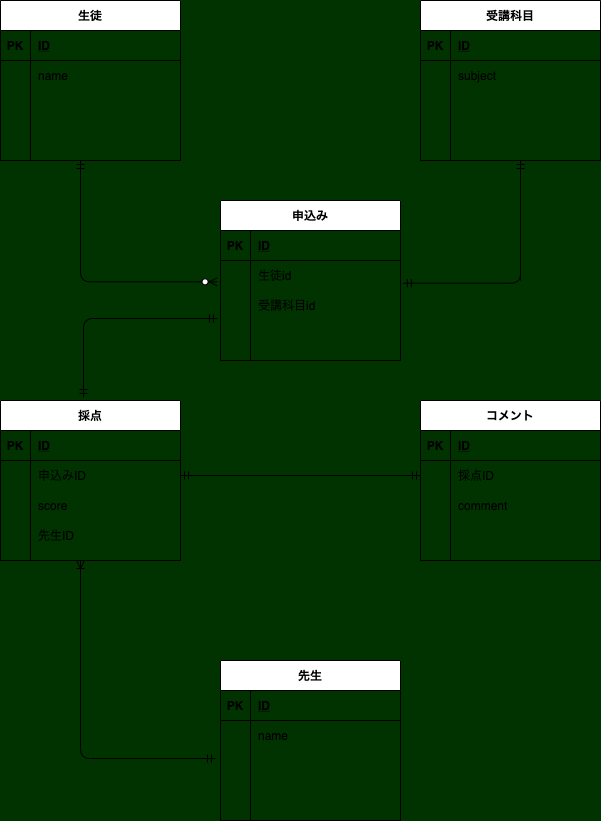
The draw.io diagram db.drawio.png in erusi-k/dbtest, before a commit. Source tidied: cells renumbered, new cells last; positions are measured from the earlier drawing's top-left corner, leaving out a move shared by most shapes.
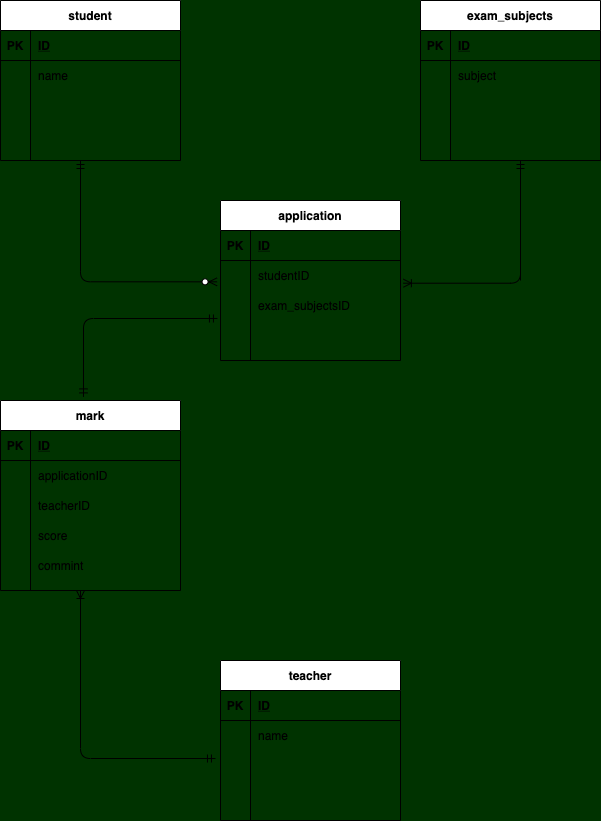
The same file after the commit.

What changed in the source:
```diff
@@ -2,7 +2,7 @@
   <root>
     <mxCell id="0" />
     <mxCell id="1" parent="0" />
-    <mxCell id="2" value="生徒" style="shape=table;startSize=30;rowLines=0;fontStyle=1;align=center;" parent="1" vertex="1">
+    <mxCell id="2" value="student" style="shape=table;startSize=30;rowLines=0;fontStyle=1;align=center;" parent="1" vertex="1">
       <mxGeometry width="180" height="160" as="geometry" />
     </mxCell>
     <mxCell id="3" style="shape=partialRectangle;fillColor=none;top=0;left=0;bottom=1;right=0;" parent="2" vertex="1">
@@ -41,7 +41,7 @@
     <mxCell id="14" style="shape=partialRectangle;fillColor=none;top=0;left=0;bottom=0;right=0;align=left;spacingLeft=6;overflow=hidden;" parent="12" vertex="1">
       <mxGeometry x="30" width="150" height="30" as="geometry" />
     </mxCell>
-    <mxCell id="15" value="受講科目" style="shape=table;startSize=30;rowLines=0;fontStyle=1;align=center;" parent="1" vertex="1">
+    <mxCell id="15" value="exam_subjects" style="shape=table;startSize=30;rowLines=0;fontStyle=1;align=center;" parent="1" vertex="1">
       <mxGeometry x="420" width="180" height="160" as="geometry" />
     </mxCell>
     <mxCell id="16" style="shape=partialRectangle;fillColor=none;top=0;left=0;bottom=1;right=0;" parent="15" vertex="1">
@@ -80,7 +80,7 @@
     <mxCell id="27" style="shape=partialRectangle;fillColor=none;top=0;left=0;bottom=0;right=0;align=left;spacingLeft=6;overflow=hidden;" parent="25" vertex="1">
       <mxGeometry x="30" width="150" height="30" as="geometry" />
     </mxCell>
-    <mxCell id="28" value="申込み" style="shape=table;startSize=30;rowLines=0;fontStyle=1;align=center;" parent="1" vertex="1">
+    <mxCell id="28" value="application" style="shape=table;startSize=30;rowLines=0;fontStyle=1;align=center;" parent="1" vertex="1">
       <mxGeometry x="220" y="200" width="180" height="160" as="geometry" />
     </mxCell>
     <mxCell id="29" style="shape=partialRectangle;fillColor=none;top=0;left=0;bottom=1;right=0;" parent="28" vertex="1">
@@ -98,7 +98,7 @@
     <mxCell id="33" style="shape=partialRectangle;fillColor=none;top=0;left=0;bottom=0;right=0;overflow=hidden;" parent="32" vertex="1">
       <mxGeometry width="30" height="30" as="geometry" />
     </mxCell>
-    <mxCell id="34" value="生徒id" style="shape=partialRectangle;fillColor=none;top=0;left=0;bottom=0;right=0;align=left;spacingLeft=6;overflow=hidden;" parent="32" vertex="1">
+    <mxCell id="34" value="studentID" style="shape=partialRectangle;fillColor=none;top=0;left=0;bottom=0;right=0;align=left;spacingLeft=6;overflow=hidden;" parent="32" vertex="1">
       <mxGeometry x="30" width="150" height="30" as="geometry" />
     </mxCell>
     <mxCell id="35" style="shape=partialRectangle;fillColor=none;top=0;left=0;bottom=0;right=0;points=[[0,0.5],[1,0.5]];portConstraint=eastwest;" parent="28" vertex="1">
@@ -107,7 +107,7 @@
     <mxCell id="36" style="shape=partialRectangle;fillColor=none;top=0;left=0;bottom=0;right=0;overflow=hidden;" parent="35" vertex="1">
       <mxGeometry width="30" height="30" as="geometry" />
     </mxCell>
-    <mxCell id="37" value="受講科目id" style="shape=partialRectangle;fillColor=none;top=0;left=0;bottom=0;right=0;align=left;spacingLeft=6;overflow=hidden;" parent="35" vertex="1">
+    <mxCell id="37" value="exam_subjectsID" style="shape=partialRectangle;fillColor=none;top=0;left=0;bottom=0;right=0;align=left;spacingLeft=6;overflow=hidden;" parent="35" vertex="1">
       <mxGeometry x="30" width="150" height="30" as="geometry" />
     </mxCell>
     <mxCell id="38" style="shape=partialRectangle;fillColor=none;top=0;left=0;bottom=0;right=0;" parent="28" vertex="1">
@@ -119,8 +119,8 @@
     <mxCell id="40" style="shape=partialRectangle;fillColor=none;top=0;left=0;bottom=0;right=0;align=left;spacingLeft=6;overflow=hidden;" parent="38" vertex="1">
       <mxGeometry x="30" width="150" height="30" as="geometry" />
     </mxCell>
-    <mxCell id="41" value="採点" style="shape=table;startSize=30;rowLines=0;fontStyle=1;align=center;" parent="1" vertex="1">
-      <mxGeometry y="400" width="180" height="160" as="geometry" />
+    <mxCell id="41" value="mark" style="shape=table;startSize=30;rowLines=0;fontStyle=1;align=center;" parent="1" vertex="1">
+      <mxGeometry y="400" width="180" height="190" as="geometry" />
     </mxCell>
     <mxCell id="42" style="shape=partialRectangle;fillColor=none;top=0;left=0;bottom=1;right=0;" parent="41" vertex="1">
       <mxGeometry y="30" width="180" height="30" as="geometry" />
@@ -137,7 +137,7 @@
     <mxCell id="46" style="shape=partialRectangle;fillColor=none;top=0;left=0;bottom=0;right=0;overflow=hidden;" parent="45" vertex="1">
       <mxGeometry width="30" height="30" as="geometry" />
     </mxCell>
-    <mxCell id="47" value="申込みID" style="shape=partialRectangle;fillColor=none;top=0;left=0;bottom=0;right=0;align=left;spacingLeft=6;overflow=hidden;" parent="45" vertex="1">
+    <mxCell id="47" value="applicationID" style="shape=partialRectangle;fillColor=none;top=0;left=0;bottom=0;right=0;align=left;spacingLeft=6;overflow=hidden;" parent="45" vertex="1">
       <mxGeometry x="30" width="150" height="30" as="geometry" />
     </mxCell>
     <mxCell id="48" style="shape=partialRectangle;fillColor=none;top=0;left=0;bottom=0;right=0;" parent="41" vertex="1">
@@ -146,7 +146,7 @@
     <mxCell id="49" style="shape=partialRectangle;fillColor=none;top=0;left=0;bottom=0;right=0;overflow=hidden;" parent="48" vertex="1">
       <mxGeometry width="30" height="30" as="geometry" />
     </mxCell>
-    <mxCell id="50" value="score" style="shape=partialRectangle;fillColor=none;top=0;left=0;bottom=0;right=0;align=left;spacingLeft=6;overflow=hidden;" parent="48" vertex="1">
+    <mxCell id="50" value="teacherID" style="shape=partialRectangle;fillColor=none;top=0;left=0;bottom=0;right=0;align=left;spacingLeft=6;overflow=hidden;" parent="48" vertex="1">
       <mxGeometry x="30" width="150" height="30" as="geometry" />
     </mxCell>
     <mxCell id="51" style="shape=partialRectangle;fillColor=none;top=0;left=0;bottom=0;right=0;" parent="41" vertex="1">
@@ -155,10 +155,19 @@
     <mxCell id="52" style="shape=partialRectangle;fillColor=none;top=0;left=0;bottom=0;right=0;overflow=hidden;" parent="51" vertex="1">
       <mxGeometry width="30" height="30" as="geometry" />
     </mxCell>
-    <mxCell id="53" value="先生ID" style="shape=partialRectangle;fillColor=none;top=0;left=0;bottom=0;right=0;align=left;spacingLeft=6;overflow=hidden;" parent="51" vertex="1">
+    <mxCell id="53" value="score" style="shape=partialRectangle;fillColor=none;top=0;left=0;bottom=0;right=0;align=left;spacingLeft=6;overflow=hidden;" parent="51" vertex="1">
       <mxGeometry x="30" width="150" height="30" as="geometry" />
     </mxCell>
+    <mxCell id="86" style="shape=partialRectangle;fillColor=none;top=0;left=0;bottom=0;right=0;" parent="41" vertex="1">
+      <mxGeometry y="150" width="180" height="30" as="geometry" />
+    </mxCell>
+    <mxCell id="87" style="shape=partialRectangle;fillColor=none;top=0;left=0;bottom=0;right=0;overflow=hidden;" parent="86" vertex="1">
+      <mxGeometry width="30" height="30" as="geometry" />
+    </mxCell>
+    <mxCell id="88" value="commint" style="shape=partialRectangle;fillColor=none;top=0;left=0;bottom=0;right=0;align=left;spacingLeft=6;overflow=hidden;" parent="86" vertex="1">
+      <mxGeometry x="30" width="150" height="30" as="geometry" />
+    </mxCell>
-    <mxCell id="54" value="先生" style="shape=table;startSize=30;rowLines=0;fontStyle=1;align=center;" parent="1" vertex="1">
+    <mxCell id="54" value="teacher" style="shape=table;startSize=30;rowLines=0;fontStyle=1;align=center;" parent="1" vertex="1">
       <mxGeometry x="220" y="660" width="180" height="160" as="geometry" />
     </mxCell>
     <mxCell id="55" style="shape=partialRectangle;fillColor=none;top=0;left=0;bottom=1;right=0;" parent="54" vertex="1">
@@ -197,52 +206,13 @@
     <mxCell id="66" style="shape=partialRectangle;fillColor=none;top=0;left=0;bottom=0;right=0;align=left;spacingLeft=6;overflow=hidden;" parent="64" vertex="1">
       <mxGeometry x="30" width="150" height="30" as="geometry" />
     </mxCell>
-    <mxCell id="67" value="コメント" style="shape=table;startSize=30;rowLines=0;fontStyle=1;align=center;" parent="1" vertex="1">
-      <mxGeometry x="420" y="400" width="180" height="160" as="geometry" />
-    </mxCell>
-    <mxCell id="68" style="shape=partialRectangle;fillColor=none;top=0;left=0;bottom=1;right=0;" parent="67" vertex="1">
-      <mxGeometry y="30" width="180" height="30" as="geometry" />
-    </mxCell>
-    <mxCell id="69" value="PK" style="shape=partialRectangle;fillColor=none;top=0;left=0;bottom=0;right=0;fontStyle=1;overflow=hidden;" parent="68" vertex="1">
-      <mxGeometry width="30" height="30" as="geometry" />
-    </mxCell>
-    <mxCell id="70" value="ID" style="shape=partialRectangle;fillColor=none;top=0;left=0;bottom=0;right=0;align=left;spacingLeft=6;fontStyle=5;overflow=hidden;" parent="68" vertex="1">
-      <mxGeometry x="30" width="150" height="30" as="geometry" />
-    </mxCell>
-    <mxCell id="71" style="shape=partialRectangle;fillColor=none;top=0;left=0;bottom=0;right=0;points=[[0,0.5],[1,0.5]];portConstraint=eastwest;" parent="67" vertex="1">
-      <mxGeometry y="60" width="180" height="30" as="geometry" />
-    </mxCell>
-    <mxCell id="72" style="shape=partialRectangle;fillColor=none;top=0;left=0;bottom=0;right=0;overflow=hidden;" parent="71" vertex="1">
-      <mxGeometry width="30" height="30" as="geometry" />
-    </mxCell>
-    <mxCell id="73" value="採点ID" style="shape=partialRectangle;fillColor=none;top=0;left=0;bottom=0;right=0;align=left;spacingLeft=6;overflow=hidden;" parent="71" vertex="1">
-      <mxGeometry x="30" width="150" height="30" as="geometry" />
-    </mxCell>
-    <mxCell id="74" style="shape=partialRectangle;fillColor=none;top=0;left=0;bottom=0;right=0;" parent="67" vertex="1">
-      <mxGeometry y="90" width="180" height="30" as="geometry" />
-    </mxCell>
-    <mxCell id="75" style="shape=partialRectangle;fillColor=none;top=0;left=0;bottom=0;right=0;overflow=hidden;" parent="74" vertex="1">
-      <mxGeometry width="30" height="30" as="geometry" />
-    </mxCell>
-    <mxCell id="76" value="comment" style="shape=partialRectangle;fillColor=none;top=0;left=0;bottom=0;right=0;align=left;spacingLeft=6;overflow=hidden;" parent="74" vertex="1">
-      <mxGeometry x="30" width="150" height="30" as="geometry" />
-    </mxCell>
-    <mxCell id="77" style="shape=partialRectangle;fillColor=none;top=0;left=0;bottom=0;right=0;" parent="67" vertex="1">
-      <mxGeometry y="120" width="180" height="30" as="geometry" />
-    </mxCell>
-    <mxCell id="78" style="shape=partialRectangle;fillColor=none;top=0;left=0;bottom=0;right=0;overflow=hidden;" parent="77" vertex="1">
-      <mxGeometry width="30" height="30" as="geometry" />
-    </mxCell>
-    <mxCell id="79" style="shape=partialRectangle;fillColor=none;top=0;left=0;bottom=0;right=0;align=left;spacingLeft=6;overflow=hidden;" parent="77" vertex="1">
-      <mxGeometry x="30" width="150" height="30" as="geometry" />
-    </mxCell>
     <mxCell id="80" style="endArrow=none;html=1;" parent="1" edge="1">
       <mxGeometry relative="1" as="geometry">
         <mxPoint x="520" y="280" as="sourcePoint" />
         <mxPoint x="520" y="160" as="targetPoint" />
       </mxGeometry>
     </mxCell>
-    <mxCell id="81" style="endArrow=ERmandOne;html=1;edgeStyle=orthogonalEdgeStyle;exitX=1.016;exitY=0.757;exitDx=0;exitDy=0;exitPerimeter=0;startArrow=ERmandOne;startFill=0;endFill=0;" parent="1" edge="1" source="32">
+    <mxCell id="81" style="endArrow=ERmandOne;html=1;edgeStyle=orthogonalEdgeStyle;exitX=1.016;exitY=0.757;exitDx=0;exitDy=0;exitPerimeter=0;startArrow=ERoneToMany;startFill=0;endFill=0;" parent="1" edge="1" source="32">
       <mxGeometry relative="1" as="geometry">
         <mxPoint x="520" y="160" as="targetPoint" />
         <Array as="points">
@@ -258,12 +228,9 @@
     <mxCell id="83" style="endArrow=ERmandOne;html=1;exitX=0.461;exitY=-0.019;exitDx=0;exitDy=0;exitPerimeter=0;edgeStyle=orthogonalEdgeStyle;entryX=-0.017;entryY=0.933;entryDx=0;entryDy=0;entryPerimeter=0;endFill=0;startArrow=ERmandOne;startFill=0;" parent="1" edge="1" source="41" target="35">
       <mxGeometry relative="1" as="geometry" />
     </mxCell>
-    <mxCell id="84" style="endArrow=ERmandOne;html=1;entryX=0;entryY=0.5;entryDx=0;entryDy=0;exitX=1;exitY=0.5;exitDx=0;exitDy=0;startArrow=ERmandOne;startFill=0;endFill=0;" parent="1" edge="1" source="45" target="71">
-      <mxGeometry relative="1" as="geometry" />
-    </mxCell>
     <mxCell id="85" style="endArrow=ERoneToMany;html=1;edgeStyle=orthogonalEdgeStyle;exitX=-0.028;exitY=0.267;exitDx=0;exitDy=0;exitPerimeter=0;startArrow=ERmandOne;startFill=0;endFill=0;" parent="1" edge="1" source="61">
       <mxGeometry relative="1" as="geometry">
-        <mxPoint x="80" y="560" as="targetPoint" />
+        <mxPoint x="80" y="590" as="targetPoint" />
       </mxGeometry>
     </mxCell>
   </root>
```
